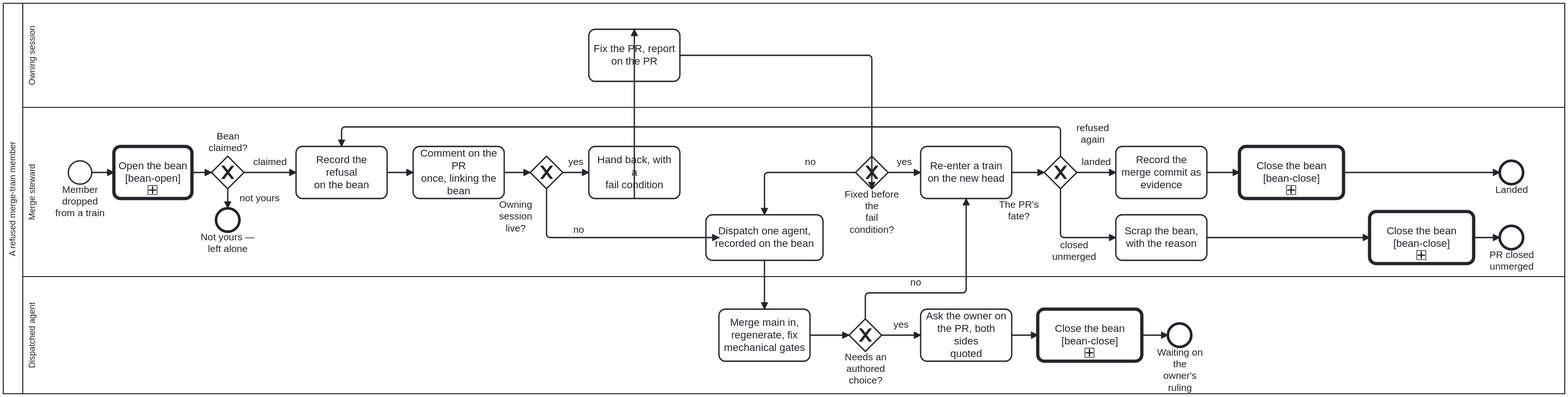
The BPMN diagram docs/assets/img/workflows/merge-refusal.svg in litlfred/cat-harness, before a commit. Its source is kept beside it as processes/sdlc/merge-refusal.bpmn. Ids are renumbered.
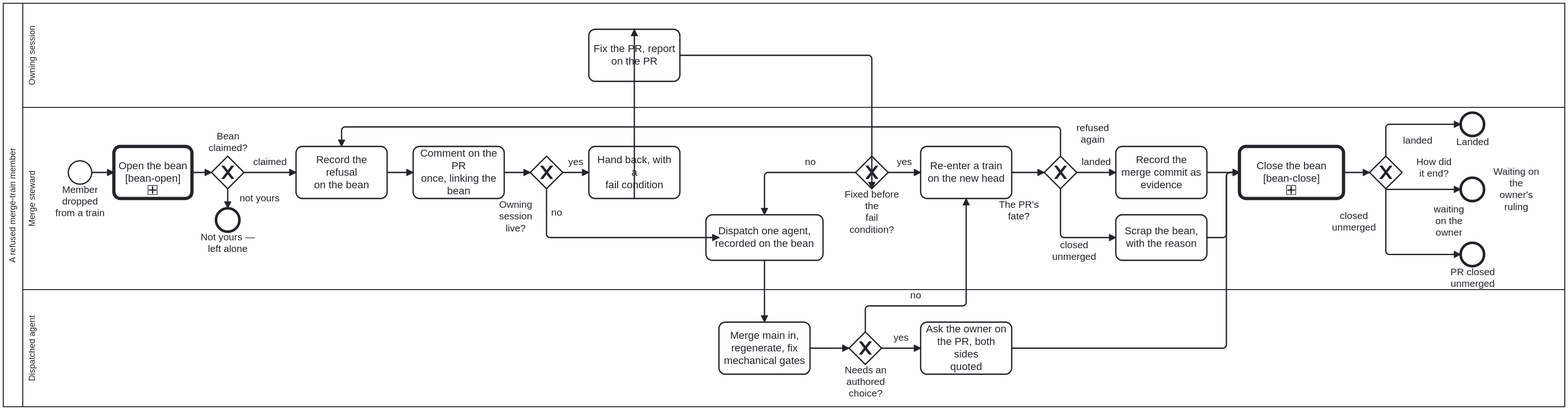
The same diagram one commit later.

The edit, as a diff of the source:
```diff
@@ -38,9 +38,9 @@
         <bpmn:flowNodeRef>Task_Close</bpmn:flowNodeRef>
         <bpmn:flowNodeRef>End_Closed</bpmn:flowNodeRef>
         <bpmn:flowNodeRef>Call_BeanClose_2</bpmn:flowNodeRef>
+        <bpmn:flowNodeRef>GW_BeanClosedHow</bpmn:flowNodeRef>
         <bpmn:flowNodeRef>Task_Scrap</bpmn:flowNodeRef>
         <bpmn:flowNodeRef>End_Scrapped</bpmn:flowNodeRef>
-        <bpmn:flowNodeRef>Call_BeanClose_3</bpmn:flowNodeRef>
       </bpmn:lane>
       <bpmn:lane id="Lane_Owner" name="Owning session" partitionElementRef="sibling-session">
         <bpmn:documentation>The session named in the PR's `Claude-Session:` trailer. The executor of the hand-back: claims the refusal bean, fixes the PR, reports on the PR in the bean's one-line formats.</bpmn:documentation>
@@ -52,7 +52,6 @@
         <bpmn:flowNodeRef>GW_Authored</bpmn:flowNodeRef>
         <bpmn:flowNodeRef>Task_AskOwner</bpmn:flowNodeRef>
         <bpmn:flowNodeRef>End_AwaitOwner</bpmn:flowNodeRef>
-        <bpmn:flowNodeRef>Call_BeanClose</bpmn:flowNodeRef>
       </bpmn:lane>
     </bpmn:laneSet>
     <bpmn:startEvent id="Start_Refused" name="Member dropped&#10;from a train">
@@ -178,24 +177,13 @@
       <bpmn:documentation>Someone else holds the bean; this run stops without touching it.</bpmn:documentation>
       <bpmn:incoming>SF_Bean_3</bpmn:incoming>
     </bpmn:endEvent>
-    <bpmn:callActivity id="Call_BeanClose" name="Close the bean&#10;[bean-close]" calledElement="Process_BeanClose">
-      <bpmn:documentation>Process_BeanClose: end the bean in a state that says why — complete and archive it, scrap it with its reasons and archive it, or record the blocker and hand it back. The one place resolve and archive are drawn (bean m8gz, owner 2026-10-24); placed straight before the end so the engine's resolve sees nothing left but the archive step.</bpmn:documentation>
-      <bpmn:extensionElements><bootstrap.processes:skill ref="todo-manager"/></bpmn:extensionElements>
-      <bpmn:incoming>r14</bpmn:incoming>
-      <bpmn:outgoing>SF_Bean_4</bpmn:outgoing>
-    </bpmn:callActivity>
     <bpmn:callActivity id="Call_BeanClose_2" name="Close the bean&#10;[bean-close]" calledElement="Process_BeanClose">
       <bpmn:documentation>Process_BeanClose: end the bean in a state that says why — complete and archive it, scrap it with its reasons and archive it, or record the blocker and hand it back. The one place resolve and archive are drawn (bean m8gz, owner 2026-10-24); placed straight before the end so the engine's resolve sees nothing left but the archive step.</bpmn:documentation>
       <bpmn:extensionElements><bootstrap.processes:skill ref="todo-manager"/></bpmn:extensionElements>
-      <bpmn:incoming>r19</bpmn:incoming>
-      <bpmn:outgoing>SF_Bean_5</bpmn:outgoing>
     </bpmn:callActivity>
-    <bpmn:callActivity id="Call_BeanClose_3" name="Close the bean&#10;[bean-close]" calledElement="Process_BeanClose">
-      <bpmn:documentation>Process_BeanClose: end the bean in a state that says why — complete and archive it, scrap it with its reasons and archive it, or record the blocker and hand it back. The one place resolve and archive are drawn (bean m8gz, owner 2026-10-24); placed straight before the end so the engine's resolve sees nothing left but the archive step.</bpmn:documentation>
-      <bpmn:extensionElements><bootstrap.processes:skill ref="todo-manager"/></bpmn:extensionElements>
-      <bpmn:incoming>r20</bpmn:incoming>
-      <bpmn:outgoing>SF_Bean_6</bpmn:outgoing>
-    </bpmn:callActivity>
+    <bpmn:exclusiveGateway id="GW_BeanClosedHow" name="How did it end?">
+      <bpmn:documentation>Which outcome the bean was closed with, so each ends at its own named end event. The bean is closed once, on every path (bpmn-authoring: open and close the bean at the top, once).</bpmn:documentation>
+    </bpmn:exclusiveGateway>
     <bpmn:sequenceFlow id="r1" sourceRef="Start_Refused" targetRef="Call_BeanOpen"/>
     <bpmn:sequenceFlow id="r2" sourceRef="Task_Record" targetRef="Task_Comment"/>
     <bpmn:sequenceFlow id="r3" sourceRef="Task_Comment" targetRef="GW_Owner"/>
@@ -209,33 +197,35 @@
     <bpmn:sequenceFlow id="r11" sourceRef="Task_AgentFix" targetRef="GW_Authored"/>
     <bpmn:sequenceFlow id="r12" name="yes" sourceRef="GW_Authored" targetRef="Task_AskOwner"/>
     <bpmn:sequenceFlow id="r13" name="no" sourceRef="GW_Authored" targetRef="Task_Retrain"/>
-    <bpmn:sequenceFlow id="r14" sourceRef="Task_AskOwner" targetRef="Call_BeanClose"/>
+    <bpmn:sequenceFlow id="r14" sourceRef="Task_AskOwner" targetRef="Call_BeanClose_2"/>
     <bpmn:sequenceFlow id="r15" sourceRef="Task_Retrain" targetRef="GW_Fate"/>
     <bpmn:sequenceFlow id="r16" name="landed" sourceRef="GW_Fate" targetRef="Task_Close"/>
     <bpmn:sequenceFlow id="r17" name="refused again" sourceRef="GW_Fate" targetRef="Task_Record"/>
     <bpmn:sequenceFlow id="r18" name="closed unmerged" sourceRef="GW_Fate" targetRef="Task_Scrap"/>
     <bpmn:sequenceFlow id="r19" sourceRef="Task_Close" targetRef="Call_BeanClose_2"/>
-    <bpmn:sequenceFlow id="r20" sourceRef="Task_Scrap" targetRef="Call_BeanClose_3"/>
+    <bpmn:sequenceFlow id="r20" sourceRef="Task_Scrap" targetRef="Call_BeanClose_2"/>
     <bpmn:sequenceFlow id="SF_Bean_1" name="claimed" sourceRef="GW_BeanYours" targetRef="Task_Record"/>
     <bpmn:sequenceFlow id="SF_Bean_2" sourceRef="Call_BeanOpen" targetRef="GW_BeanYours"/>
     <bpmn:sequenceFlow id="SF_Bean_3" name="not yours" sourceRef="GW_BeanYours" targetRef="End_BeanNotYours"/>
-    <bpmn:sequenceFlow id="SF_Bean_4" sourceRef="Call_BeanClose" targetRef="End_AwaitOwner"/>
-    <bpmn:sequenceFlow id="SF_Bean_5" sourceRef="Call_BeanClose_2" targetRef="End_Closed"/>
-    <bpmn:sequenceFlow id="SF_Bean_6" sourceRef="Call_BeanClose_3" targetRef="End_Scrapped"/>
+    <bpmn:sequenceFlow id="Flow_GW_BeanClosedHow" sourceRef="Call_BeanClose_2" targetRef="GW_BeanClosedHow"/>
+    <bpmn:sequenceFlow name="waiting on the owner" id="SF_Bean_4" sourceRef="GW_BeanClosedHow" targetRef="End_AwaitOwner"/>
+    <bpmn:sequenceFlow name="landed" id="SF_Bean_5" sourceRef="GW_BeanClosedHow" targetRef="End_Closed"/>
+    <bpmn:sequenceFlow name="closed unmerged" id="SF_Bean_6" sourceRef="GW_BeanClosedHow" targetRef="End_Scrapped"/>
   </bpmn:process>
   <bpmndi:BPMNDiagram id="Diagram_Process_MergeRefusal">
     <bpmndi:BPMNPlane id="Plane_Process_MergeRefusal" bpmnElement="Collaboration_Process_MergeRefusal">
+      <bpmndi:BPMNEdge id="Edge_Flow_GW_BeanClosedHow" bpmnElement="Flow_GW_BeanClosedHow"><di:waypoint x="2060" y="260"/><di:waypoint x="2100" y="260"/></bpmndi:BPMNEdge>
       <bpmndi:BPMNShape id="Shape_Participant" bpmnElement="Participant_Process_MergeRefusal" isHorizontal="true">
-        <dc:Bounds x="0" y="0" width="2400" height="600" />
+        <dc:Bounds x="0" y="0" width="2400" height="620" />
       </bpmndi:BPMNShape>
       <bpmndi:BPMNShape id="Shape_Lane_Steward" bpmnElement="Lane_Steward" isHorizontal="true">
-        <dc:Bounds x="30" y="160" width="2370" height="260" />
+        <dc:Bounds x="30" y="160" width="2370" height="280" />
       </bpmndi:BPMNShape>
       <bpmndi:BPMNShape id="Shape_Lane_Owner" bpmnElement="Lane_Owner" isHorizontal="true">
         <dc:Bounds x="30" y="0" width="2370" height="160" />
       </bpmndi:BPMNShape>
       <bpmndi:BPMNShape id="Shape_Lane_Dispatched" bpmnElement="Lane_Dispatched" isHorizontal="true">
-        <dc:Bounds x="30" y="420" width="2370" height="180" />
+        <dc:Bounds x="30" y="440" width="2370" height="180" />
       </bpmndi:BPMNShape>
       <bpmndi:BPMNShape id="Shape_Start_Refused" bpmnElement="Start_Refused"><dc:Bounds x="100" y="242" width="36" height="36" /></bpmndi:BPMNShape>
       <bpmndi:BPMNShape id="Shape_Task_Record" bpmnElement="Task_Record"><dc:Bounds x="450" y="220" width="140" height="80" /></bpmndi:BPMNShape>
@@ -251,14 +241,16 @@
         <bpmndi:BPMNLabel><dc:Bounds x="1516" y="300.5" width="90" height="35" /></bpmndi:BPMNLabel>
       </bpmndi:BPMNShape>
       <bpmndi:BPMNShape id="Shape_Task_Close" bpmnElement="Task_Close"><dc:Bounds x="1710" y="220" width="140" height="80" /></bpmndi:BPMNShape>
-      <bpmndi:BPMNShape id="Shape_End_Closed" bpmnElement="End_Closed"><dc:Bounds x="2300" y="242" width="36" height="36" /></bpmndi:BPMNShape>
+      <bpmndi:BPMNShape id="Shape_End_Closed" bpmnElement="End_Closed"><dc:Bounds x="2240" y="168" width="36" height="36" /></bpmndi:BPMNShape>
       <bpmndi:BPMNShape id="Shape_Task_Scrap" bpmnElement="Task_Scrap"><dc:Bounds x="1710" y="325" width="140" height="70" /></bpmndi:BPMNShape>
-      <bpmndi:BPMNShape id="Shape_End_Scrapped" bpmnElement="End_Scrapped"><dc:Bounds x="2300" y="342" width="36" height="36" /></bpmndi:BPMNShape>
+      <bpmndi:BPMNShape id="Shape_End_Scrapped" bpmnElement="End_Scrapped"><dc:Bounds x="2240" y="368" width="36" height="36" /></bpmndi:BPMNShape>
       <bpmndi:BPMNShape id="Shape_Task_Fix" bpmnElement="Task_Fix"><dc:Bounds x="900" y="40" width="140" height="80" /></bpmndi:BPMNShape>
-      <bpmndi:BPMNShape id="Shape_Task_AgentFix" bpmnElement="Task_AgentFix"><dc:Bounds x="1100" y="470" width="140" height="80" /></bpmndi:BPMNShape>
-      <bpmndi:BPMNShape id="Shape_GW_Authored" bpmnElement="GW_Authored" isMarkerVisible="true"><dc:Bounds x="1300" y="485" width="50" height="50" /></bpmndi:BPMNShape>
-      <bpmndi:BPMNShape id="Shape_Task_AskOwner" bpmnElement="Task_AskOwner"><dc:Bounds x="1410" y="470" width="140" height="80" /></bpmndi:BPMNShape>
-      <bpmndi:BPMNShape id="Shape_End_AwaitOwner" bpmnElement="End_AwaitOwner"><dc:Bounds x="1790" y="492" width="36" height="36" /></bpmndi:BPMNShape>
+      <bpmndi:BPMNShape id="Shape_Task_AgentFix" bpmnElement="Task_AgentFix"><dc:Bounds x="1100" y="490" width="140" height="80" /></bpmndi:BPMNShape>
+      <bpmndi:BPMNShape id="Shape_GW_Authored" bpmnElement="GW_Authored" isMarkerVisible="true"><dc:Bounds x="1300" y="505" width="50" height="50" /></bpmndi:BPMNShape>
+      <bpmndi:BPMNShape id="Shape_Task_AskOwner" bpmnElement="Task_AskOwner"><dc:Bounds x="1410" y="490" width="140" height="80" /></bpmndi:BPMNShape>
+      <bpmndi:BPMNShape id="Shape_End_AwaitOwner" bpmnElement="End_AwaitOwner"><dc:Bounds x="2240" y="268" width="36" height="36" />
+        <bpmndi:BPMNLabel><dc:Bounds x="2280" y="250" width="90" height="72" /></bpmndi:BPMNLabel>
+      </bpmndi:BPMNShape>
       <bpmndi:BPMNEdge id="Edge_r1" bpmnElement="r1"><di:waypoint x="136" y="260"/><di:waypoint x="170" y="260"/></bpmndi:BPMNEdge>
       <bpmndi:BPMNEdge id="Edge_r2" bpmnElement="r2"><di:waypoint x="590" y="260"/><di:waypoint x="630" y="260"/></bpmndi:BPMNEdge>
       <bpmndi:BPMNEdge id="Edge_r3" bpmnElement="r3"><di:waypoint x="770" y="260"/><di:waypoint x="810" y="260"/></bpmndi:BPMNEdge>
@@ -267,7 +259,7 @@
         <di:waypoint x="835" y="285" />
         <di:waypoint x="835" y="360" />
         <di:waypoint x="1100" y="360" />
-        <bpmndi:BPMNLabel><dc:Bounds x="839" y="339" width="90" height="17" /></bpmndi:BPMNLabel>
+
       </bpmndi:BPMNEdge>
       <bpmndi:BPMNEdge id="Edge_r6" bpmnElement="r6">
         <di:waypoint x="970" y="300" />
@@ -289,26 +281,23 @@
       </bpmndi:BPMNEdge>
       <bpmndi:BPMNEdge id="Edge_r10" bpmnElement="r10">
         <di:waypoint x="1170" y="395" />
-        <di:waypoint x="1170" y="470" />
+        <di:waypoint x="1170" y="490" />
       </bpmndi:BPMNEdge>
       <bpmndi:BPMNEdge id="Edge_r11" bpmnElement="r11">
-        <di:waypoint x="1240" y="510" />
-        <di:waypoint x="1300" y="510" />
+        <di:waypoint x="1240" y="530" />
+        <di:waypoint x="1300" y="530" />
       </bpmndi:BPMNEdge>
       <bpmndi:BPMNEdge id="Edge_r12" bpmnElement="r12">
-        <di:waypoint x="1350" y="510" />
-        <di:waypoint x="1410" y="510" />
+        <di:waypoint x="1350" y="530" />
+        <di:waypoint x="1410" y="530" />
       </bpmndi:BPMNEdge>
       <bpmndi:BPMNEdge id="Edge_r13" bpmnElement="r13">
-        <di:waypoint x="1325" y="485" />
-        <di:waypoint x="1325" y="445" />
-        <di:waypoint x="1480" y="445" />
+        <di:waypoint x="1325" y="505" />
+        <di:waypoint x="1325" y="465" />
+        <di:waypoint x="1480" y="465" />
         <di:waypoint x="1480" y="300" />
       </bpmndi:BPMNEdge>
-      <bpmndi:BPMNEdge id="Edge_r14" bpmnElement="r14">
-        <di:waypoint x="1550" y="510" />
-        <di:waypoint x="1590" y="510" />
-      </bpmndi:BPMNEdge>
+      <bpmndi:BPMNEdge id="Edge_r14" bpmnElement="r14"><di:waypoint x="1550" y="530"/><di:waypoint x="1880" y="530"/><di:waypoint x="1880" y="260"/><di:waypoint x="1900" y="260"/></bpmndi:BPMNEdge>
       <bpmndi:BPMNEdge id="Edge_r15" bpmnElement="r15">
         <di:waypoint x="1550" y="260" />
         <di:waypoint x="1600" y="260" />
@@ -322,22 +311,20 @@
         <di:waypoint x="1625" y="190" />
         <di:waypoint x="520" y="190" />
         <di:waypoint x="520" y="220" />
+
         <bpmndi:BPMNLabel><dc:Bounds x="1629" y="183.25" width="90" height="36" /></bpmndi:BPMNLabel>
+
       </bpmndi:BPMNEdge>
       <bpmndi:BPMNEdge id="Edge_r18" bpmnElement="r18">
         <di:waypoint x="1625" y="285" />
         <di:waypoint x="1625" y="360" />
         <di:waypoint x="1710" y="360" />
+
         <bpmndi:BPMNLabel><dc:Bounds x="1601.25" y="363" width="90" height="36" /></bpmndi:BPMNLabel>
+
       </bpmndi:BPMNEdge>
-      <bpmndi:BPMNEdge id="Edge_r19" bpmnElement="r19">
-        <di:waypoint x="1850" y="260" />
-        <di:waypoint x="1900" y="260" />
-      </bpmndi:BPMNEdge>
-      <bpmndi:BPMNEdge id="Edge_r20" bpmnElement="r20">
-        <di:waypoint x="1850" y="360" />
-        <di:waypoint x="2100" y="360" />
-      </bpmndi:BPMNEdge>
+      <bpmndi:BPMNEdge id="Edge_r19" bpmnElement="r19"><di:waypoint x="1850" y="260"/><di:waypoint x="1900" y="260"/></bpmndi:BPMNEdge>
+      <bpmndi:BPMNEdge id="Edge_r20" bpmnElement="r20"><di:waypoint x="1850" y="360"/><di:waypoint x="1880" y="360"/><di:waypoint x="1880" y="260"/><di:waypoint x="1900" y="260"/></bpmndi:BPMNEdge>
       <bpmndi:BPMNShape id="Call_BeanOpen_di" bpmnElement="Call_BeanOpen"><dc:Bounds x="170" y="220" width="120" height="80" /></bpmndi:BPMNShape>
       <bpmndi:BPMNEdge id="SF_Bean_1_di" bpmnElement="SF_Bean_1"><di:waypoint x="370" y="260"/><di:waypoint x="450" y="260"/></bpmndi:BPMNEdge>
       <bpmndi:BPMNShape id="GW_BeanYours_di" bpmnElement="GW_BeanYours" isMarkerVisible="true"><dc:Bounds x="320" y="235" width="50" height="50" />
@@ -348,20 +335,18 @@
       <bpmndi:BPMNEdge id="SF_Bean_3_di" bpmnElement="SF_Bean_3"><di:waypoint x="345" y="285"/><di:waypoint x="345" y="315"/>
         <bpmndi:BPMNLabel><dc:Bounds x="349" y="291" width="90" height="18" /></bpmndi:BPMNLabel>
       </bpmndi:BPMNEdge>
-      <bpmndi:BPMNShape id="Call_BeanClose_di" bpmnElement="Call_BeanClose"><dc:Bounds x="1590" y="470" width="160" height="80" /></bpmndi:BPMNShape>
-      <bpmndi:BPMNEdge id="SF_Bean_4_di" bpmnElement="SF_Bean_4">
-        <di:waypoint x="1750" y="510" />
-        <di:waypoint x="1790" y="510" />
+      <bpmndi:BPMNEdge id="SF_Bean_4_di" bpmnElement="SF_Bean_4"><di:waypoint x="2125" y="285"/><di:waypoint x="2125" y="286"/><di:waypoint x="2240" y="286"/>
+        <bpmndi:BPMNLabel><dc:Bounds x="2176.58" y="307.5" width="90" height="53" /></bpmndi:BPMNLabel>
       </bpmndi:BPMNEdge>
+      <bpmndi:BPMNShape id="Shape_GW_BeanClosedHow" bpmnElement="GW_BeanClosedHow" isMarkerVisible="true"><dc:Bounds x="2100" y="235" width="50" height="50"/>
+        <bpmndi:BPMNLabel><dc:Bounds x="2154" y="235" width="90" height="35" /></bpmndi:BPMNLabel>
+      </bpmndi:BPMNShape>
       <bpmndi:BPMNShape id="Call_BeanClose_2_di" bpmnElement="Call_BeanClose_2"><dc:Bounds x="1900" y="220" width="160" height="80" /></bpmndi:BPMNShape>
-      <bpmndi:BPMNEdge id="SF_Bean_5_di" bpmnElement="SF_Bean_5">
-        <di:waypoint x="2060" y="260" />
-        <di:waypoint x="2300" y="260" />
+      <bpmndi:BPMNEdge id="SF_Bean_5_di" bpmnElement="SF_Bean_5"><di:waypoint x="2125" y="235"/><di:waypoint x="2125" y="186"/><di:waypoint x="2240" y="186"/>
+        <bpmndi:BPMNLabel><dc:Bounds x="2129" y="202" width="90" height="17" /></bpmndi:BPMNLabel>
       </bpmndi:BPMNEdge>
-      <bpmndi:BPMNShape id="Call_BeanClose_3_di" bpmnElement="Call_BeanClose_3"><dc:Bounds x="2100" y="320" width="160" height="80" /></bpmndi:BPMNShape>
-      <bpmndi:BPMNEdge id="SF_Bean_6_di" bpmnElement="SF_Bean_6">
-        <di:waypoint x="2260" y="360" />
-        <di:waypoint x="2300" y="360" />
+      <bpmndi:BPMNEdge id="SF_Bean_6_di" bpmnElement="SF_Bean_6"><di:waypoint x="2125" y="285"/><di:waypoint x="2125" y="386"/><di:waypoint x="2240" y="386"/>
+        <bpmndi:BPMNLabel><dc:Bounds x="2031" y="317.5" width="90" height="36" /></bpmndi:BPMNLabel>
       </bpmndi:BPMNEdge>
     </bpmndi:BPMNPlane>
   </bpmndi:BPMNDiagram>
```
